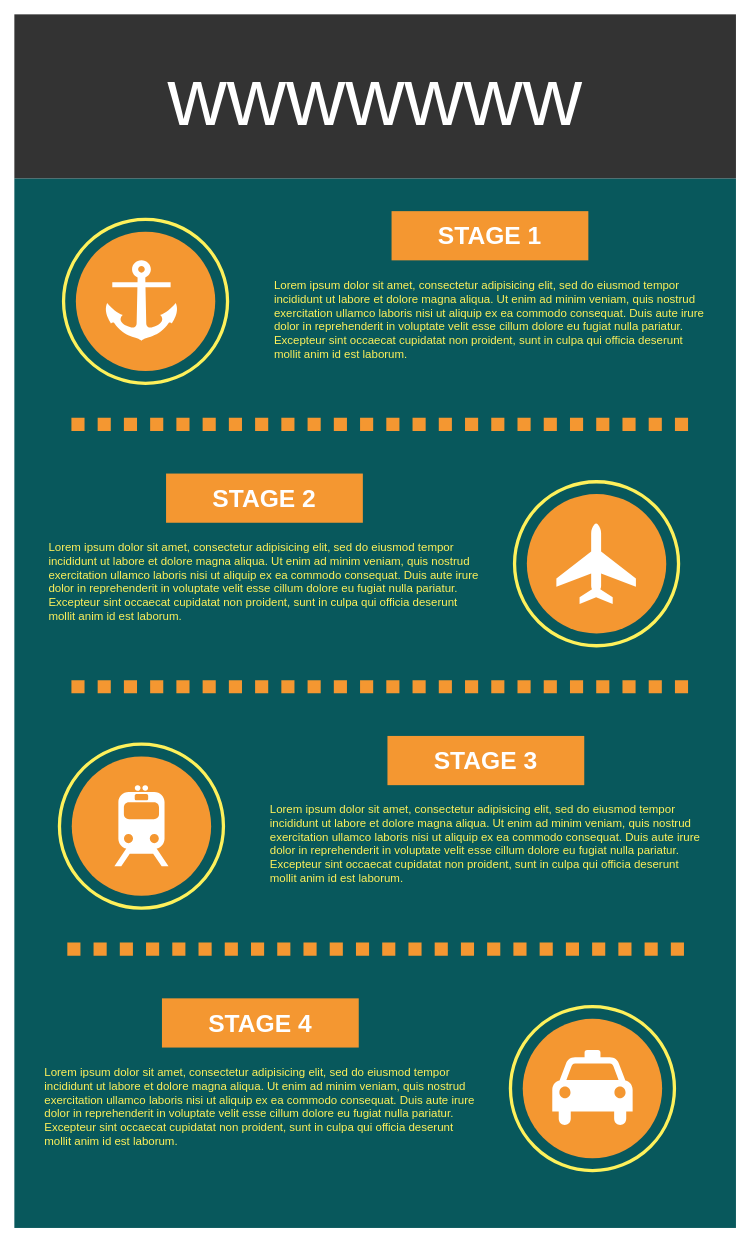
Above: Untitled Diagram.drawio in lucasdreger/diagrams (draw.io), before the change. Source tidied: cells renumbered, new cells numbered last; positions are measured from the earlier drawing's top-left corner, leaving out a move shared by most shapes. Both pictures are drawn from the tidied source at 82%, with x=0, y=0 at pixel (14, 14).
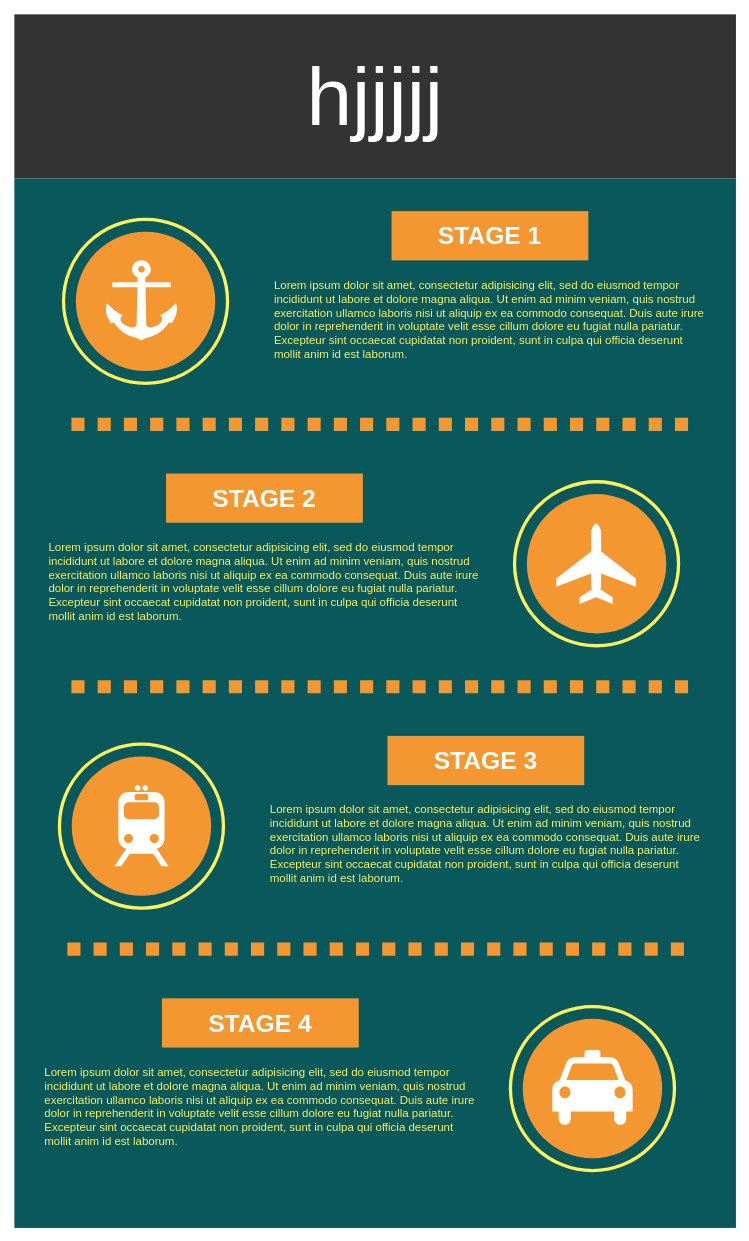
The same page after the edit.

What changed in the source:
```diff
@@
-    <mxCell id="3" value="wwwwwww" style="whiteSpace=wrap;html=1;rounded=0;shadow=0;dashed=0;strokeColor=none;strokeWidth=4;fillColor=#333333;gradientColor=none;fontFamily=Helvetica;fontSize=100;fontColor=#FFFFFF;align=center;" parent="1" vertex="1">
+    <mxCell id="3" value="hjjjjj" style="whiteSpace=wrap;html=1;rounded=0;shadow=0;dashed=0;strokeColor=none;strokeWidth=4;fillColor=#333333;gradientColor=none;fontFamily=Helvetica;fontSize=100;fontColor=#FFFFFF;align=center;" parent="1" vertex="1">
       <mxGeometry width="880" height="200" as="geometry" />
     </mxCell>
```
